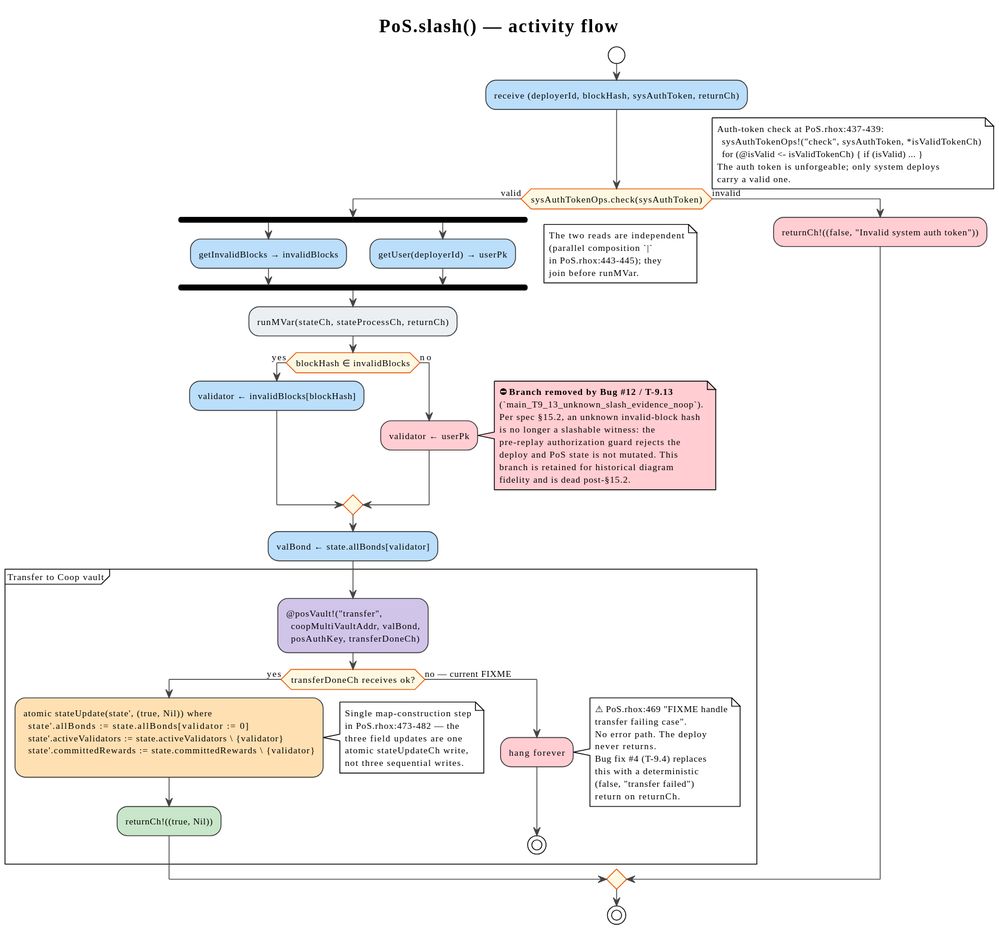
The PlantUML diagram docs/theory/slashing/diagrams/07-activity-pos-slash-contract.svg in F1R3FLY-io/f1r3node-rust, before a commit.
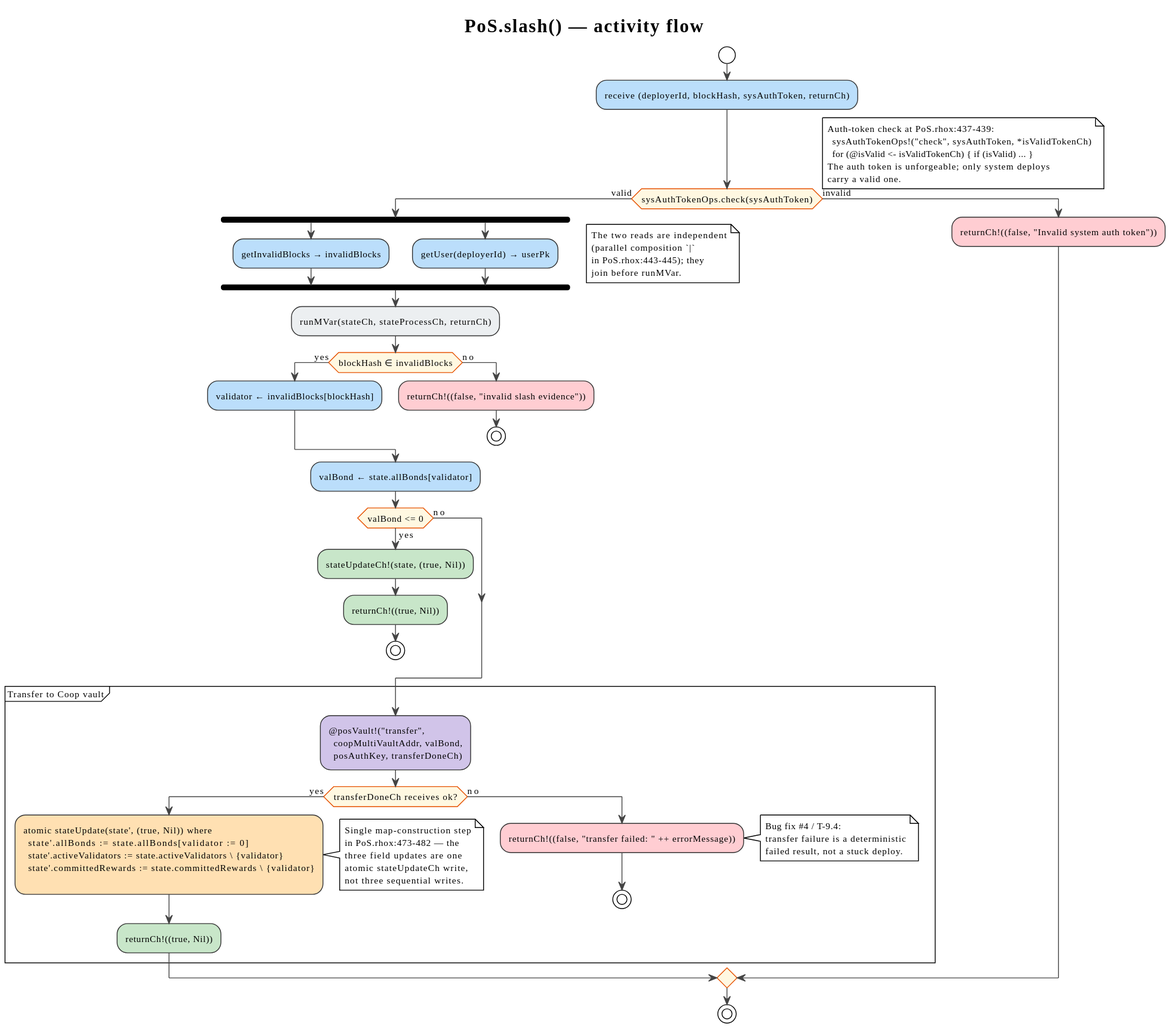
Above is the later version.

Diff of the diagram source:
```diff
@@ -40,20 +40,18 @@
   if (blockHash ∈ invalidBlocks) then (yes)
     :validator ← invalidBlocks[blockHash]; <<#BBDEFB>>
   else (no)
-    :validator ← userPk; <<#FFCDD2>>
-    note right #FFCDD2
-      ⛔ **Branch removed by Bug #12 / T-9.13**
-      (`main_T9_13_unknown_slash_evidence_noop`).
-      Per spec §15.2, an unknown invalid-block hash
-      is no longer a slashable witness: the
-      pre-replay authorization guard rejects the
-      deploy and PoS state is not mutated. This
-      branch is retained for historical diagram
-      fidelity and is dead post-§15.2.
-    end note
+    :returnCh!((false, "invalid slash evidence")); <<#FFCDD2>>
+    stop
   endif
 
   :valBond ← state.allBonds[validator]; <<#BBDEFB>>
+
+  if (valBond <= 0) then (yes)
+    :stateUpdateCh!(state, (true, Nil)); <<#C8E6C9>>
+    :returnCh!((true, Nil)); <<#C8E6C9>>
+    stop
+  else (no)
+  endif
 
   partition "Transfer to Coop vault" {
     :@posVault!("transfer",
@@ -73,17 +71,12 @@
         not three sequential writes.
       end note
       :returnCh!((true, Nil)); <<#C8E6C9>>
-    else (no — current FIXME)
-      :hang forever; <<#FFCDD2>>
+    else (no)
+      :returnCh!((false, "transfer failed: " ++ errorMessage)); <<#FFCDD2>>
       note right
-        ⚠ PoS.rhox:469 "FIXME handle
-        transfer failing case".
-        No error path. The deploy
-        never returns.
-        Bug fix #4 (T-9.4) replaces
-        this with a deterministic
-        (false, "transfer failed")
-        return on returnCh.
+        Bug fix #4 / T-9.4:
+        transfer failure is a deterministic
+        failed result, not a stuck deploy.
       end note
       stop
     endif
```
